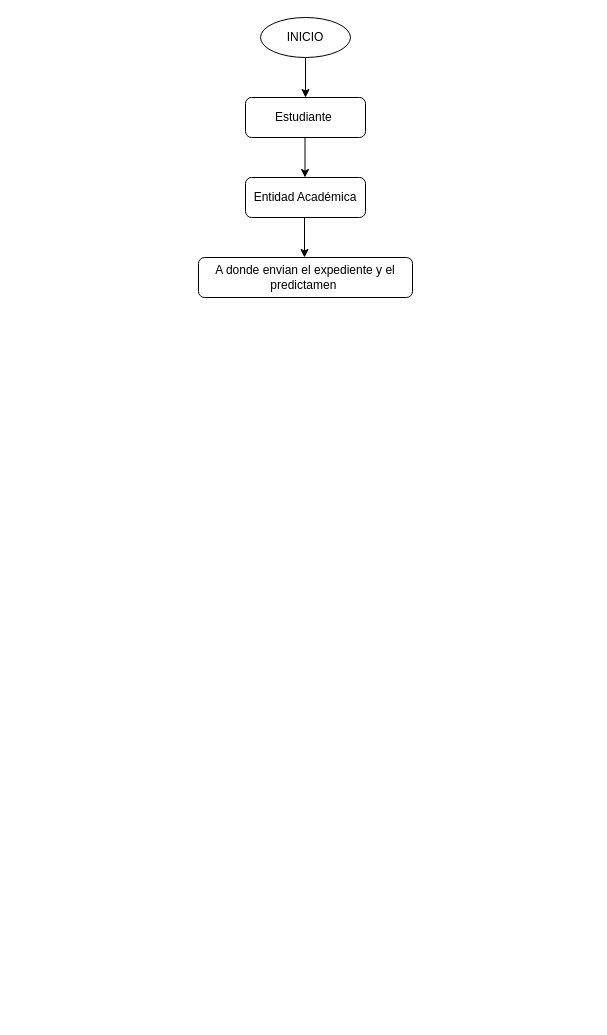
Delfinsito/script keeps this draw.io diagram as Diagrama sin título.drawio. Above is the earlier version. Source tidied: cells renumbered, new cells numbered last; positions are measured from the earlier drawing's top-left corner, leaving out a move shared by most shapes. Both pictures are drawn from the tidied source at 100%, with x=0, y=0 at pixel (198, 17).
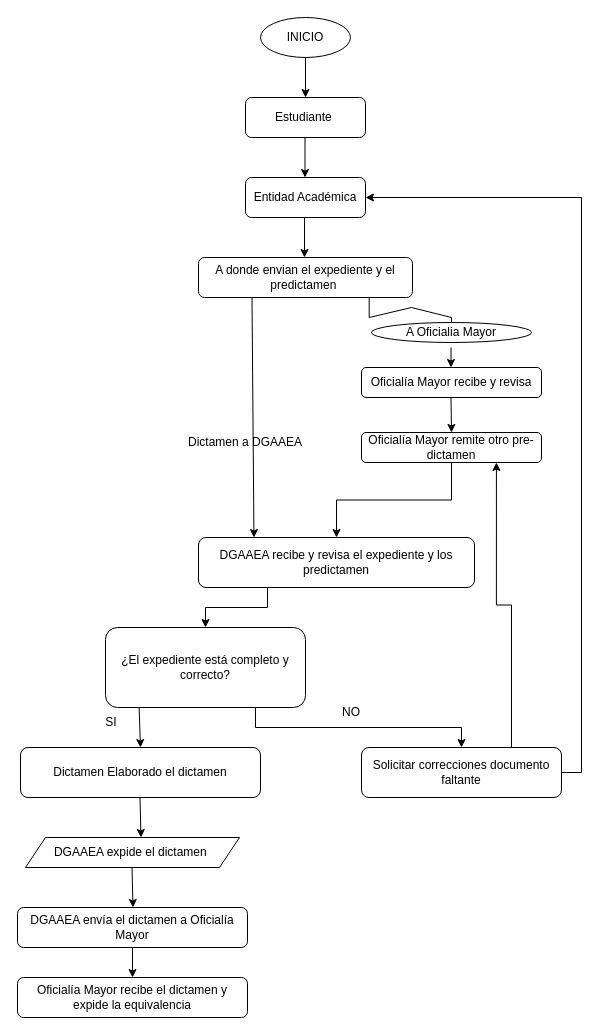
The same diagram, later.

Unchanged cells that the change refers to:
```xml
<mxCell id="6" value="Entidad Académica" style="rounded=1;whiteSpace=wrap;html=1;roundedPerimeter=1;" parent="1" vertex="1">
  <mxGeometry x="47" y="160" width="120" height="40" as="geometry" />
</mxCell>
<mxCell id="7" value="A donde envian el expediente y el predictamen&amp;nbsp;" style="rounded=1;whiteSpace=wrap;html=1;roundedPerimeter=1;" parent="1" vertex="1">
  <mxGeometry y="240" width="214" height="40" as="geometry" />
</mxCell>
```

Change to the diagram source:
```diff
@@
+    <mxCell id="9" style="endArrow=classic;html=1;rounded=0;exitX=0.25;exitY=1;exitDx=0;exitDy=0;entryX=0.171;entryY=-0.05;entryDx=0;entryDy=0;" parent="1" edge="1" source="7" target="19">
+      <mxGeometry relative="1" as="geometry" />
+    </mxCell>
+    <mxCell id="10" style="endArrow=classic;html=1;rounded=0;exitX=0.8;exitY=1.004;exitDx=0;exitDy=0;" parent="1" edge="1" source="7">
+      <mxGeometry x="0.01" relative="1" as="geometry">
+        <mxPoint x="253" y="320" as="targetPoint" />
+        <Array as="points">
+          <mxPoint x="170.7" y="300" />
+          <mxPoint x="213" y="290" />
+          <mxPoint x="253" y="300" />
+        </Array>
+      </mxGeometry>
+    </mxCell>
+    <mxCell id="11" value="A Oficialia Mayor" style="ellipse;whiteSpace=wrap;html=1;shapeInside=1;" parent="1" vertex="1">
+      <mxGeometry x="173" y="305" width="160" height="20" as="geometry" />
+    </mxCell>
+    <mxCell id="12" value="Oficialía Mayor recibe y revisa" style="rounded=1;whiteSpace=wrap;html=1;roundedPerimeter=1;" parent="1" vertex="1">
+      <mxGeometry x="163" y="350" width="180" height="30" as="geometry" />
+    </mxCell>
+    <mxCell id="13" style="endArrow=classic;html=1;rounded=0;" parent="1" edge="1">
+      <mxGeometry relative="1" as="geometry">
+        <mxPoint x="252.5" y="330" as="sourcePoint" />
+        <mxPoint x="252.5" y="350" as="targetPoint" />
+      </mxGeometry>
+    </mxCell>
+    <mxCell id="14" style="endArrow=classic;html=1;rounded=0;exitX=0.5;exitY=1;exitDx=0;exitDy=0;entryX=0.5;entryY=0;entryDx=0;entryDy=0;" parent="1" edge="1" target="16">
+      <mxGeometry relative="1" as="geometry">
+        <mxPoint x="252.5" y="380" as="sourcePoint" />
+      </mxGeometry>
+    </mxCell>
+    <mxCell id="15" style="edgeStyle=orthogonalEdgeStyle;rounded=0;jettySize=auto;html=1;" parent="1" edge="1" source="16" target="19">
+      <mxGeometry relative="1" as="geometry" />
+    </mxCell>
+    <mxCell id="16" value="Oficialía Mayor remite otro pre-dictamen" style="rounded=1;whiteSpace=wrap;html=1;roundedPerimeter=1;" parent="1" vertex="1">
+      <mxGeometry x="163" y="415" width="180" height="30" as="geometry" />
+    </mxCell>
+    <mxCell id="17" style="edgeStyle=orthogonalEdgeStyle;rounded=0;jettySize=auto;html=1;exitX=0.75;exitY=1;exitDx=0;exitDy=0;" parent="1" edge="1" source="20" target="23">
+      <mxGeometry x="-0.25" relative="1" as="geometry" />
+    </mxCell>
+    <mxCell id="18" style="edgeStyle=orthogonalEdgeStyle;rounded=0;jettySize=auto;html=1;exitX=0.25;exitY=1;exitDx=0;exitDy=0;entryX=0.5;entryY=0.125;entryDx=0;entryDy=0;" parent="1" edge="1" source="19" target="20">
+      <mxGeometry relative="1" as="geometry" />
+    </mxCell>
+    <mxCell id="19" value="DGAAEA recibe y revisa el expediente y los predictamen" style="rounded=1;whiteSpace=wrap;html=1;roundedPerimeter=1;" parent="1" vertex="1">
+      <mxGeometry y="520" width="276" height="50" as="geometry" />
+    </mxCell>
+    <mxCell id="20" value="¿El expediente está completo y correcto?" style="rounded=1;whiteSpace=wrap;html=1;roundedPerimeter=1;" parent="1" vertex="1">
+      <mxGeometry x="-93" y="610" width="200" height="80" as="geometry" />
+    </mxCell>
+    <mxCell id="21" style="edgeStyle=orthogonalEdgeStyle;rounded=0;jettySize=auto;html=1;exitX=0.75;exitY=0;exitDx=0;exitDy=0;entryX=0.833;entryY=1.167;entryDx=0;entryDy=0;" parent="1" edge="1" source="23" target="16">
+      <mxGeometry relative="1" as="geometry" />
+    </mxCell>
+    <mxCell id="22" style="edgeStyle=orthogonalEdgeStyle;rounded=0;jettySize=auto;html=1;entryX=1;entryY=0.5;entryDx=0;entryDy=0;exitX=1;exitY=0.5;exitDx=0;exitDy=0;" parent="1" edge="1" source="23" target="6">
+      <mxGeometry x="-0.15" relative="1" as="geometry" />
+    </mxCell>
+    <mxCell id="23" value="Solicitar correcciones documento faltante" style="rounded=1;whiteSpace=wrap;html=1;roundedPerimeter=1;" parent="1" vertex="1">
+      <mxGeometry x="163" y="730" width="200" height="50" as="geometry" />
+    </mxCell>
+    <mxCell id="24" value="Dictamen Elaborado el dictamen" style="rounded=1;whiteSpace=wrap;html=1;roundedPerimeter=1;" parent="1" vertex="1">
+      <mxGeometry x="-178" y="730" width="240" height="50" as="geometry" />
+    </mxCell>
+    <mxCell id="25" style="endArrow=classic;html=1;rounded=0;entryX=0.5;entryY=0;entryDx=0;entryDy=0;exitX=0.135;exitY=1.05;exitDx=0;exitDy=0;" parent="1" edge="1" source="20" target="24">
+      <mxGeometry relative="1" as="geometry" />
+    </mxCell>
+    <mxCell id="26" value="DGAAEA expide el dictamen&amp;nbsp;" style="shape=parallelogram;perimeter=parallelogramPerimeter;whiteSpace=wrap;html=1;shapeInside=1;fixedSize=1;" parent="1" vertex="1">
+      <mxGeometry x="-173" y="820" width="214" height="30" as="geometry" />
+    </mxCell>
+    <mxCell id="27" value="DGAAEA envía el dictamen a Oficialía Mayor" style="rounded=1;whiteSpace=wrap;html=1;roundedPerimeter=1;" parent="1" vertex="1">
+      <mxGeometry x="-181" y="890" width="230" height="40" as="geometry" />
+    </mxCell>
+    <mxCell id="28" style="endArrow=classic;html=1;rounded=0;entryX=0.5;entryY=0;entryDx=0;entryDy=0;exitX=0.135;exitY=1.05;exitDx=0;exitDy=0;" parent="1" edge="1">
+      <mxGeometry relative="1" as="geometry">
+        <mxPoint x="-58.5" y="780" as="sourcePoint" />
+        <mxPoint x="-57.5" y="820" as="targetPoint" />
+      </mxGeometry>
+    </mxCell>
+    <mxCell id="29" style="endArrow=classic;html=1;rounded=0;entryX=0.5;entryY=0;entryDx=0;entryDy=0;exitX=0.135;exitY=1.05;exitDx=0;exitDy=0;" parent="1" edge="1">
+      <mxGeometry relative="1" as="geometry">
+        <mxPoint x="-66.5" y="850" as="sourcePoint" />
+        <mxPoint x="-65.5" y="890" as="targetPoint" />
+      </mxGeometry>
+    </mxCell>
+    <mxCell id="30" value="Oficialía Mayor recibe el dictamen y expide la equivalencia" style="rounded=1;whiteSpace=wrap;html=1;roundedPerimeter=1;" parent="1" vertex="1">
+      <mxGeometry x="-181" y="960" width="230" height="40" as="geometry" />
+    </mxCell>
+    <mxCell id="31" style="endArrow=classic;html=1;rounded=0;entryX=0.5;entryY=0;entryDx=0;entryDy=0;exitX=0.5;exitY=1;exitDx=0;exitDy=0;" parent="1" edge="1" source="27" target="30">
+      <mxGeometry relative="1" as="geometry" />
+    </mxCell>
+    <mxCell id="32" value="NO" style="text;html=1;whiteSpace=wrap;strokeColor=none;fillColor=none;align=center;verticalAlign=middle;rounded=0;" parent="1" vertex="1">
+      <mxGeometry x="123" y="680" width="60" height="30" as="geometry" />
+    </mxCell>
+    <mxCell id="33" value="SI" style="text;html=1;whiteSpace=wrap;strokeColor=none;fillColor=none;align=center;verticalAlign=middle;rounded=0;" parent="1" vertex="1">
+      <mxGeometry x="-117" y="690" width="60" height="30" as="geometry" />
+    </mxCell>
+    <mxCell id="34" value="Dictamen a DGAAEA" style="text;html=1;whiteSpace=wrap;strokeColor=none;fillColor=none;align=center;verticalAlign=middle;rounded=0;" parent="1" vertex="1">
+      <mxGeometry x="-13" y="410" width="120" height="30" as="geometry" />
+    </mxCell>
```
